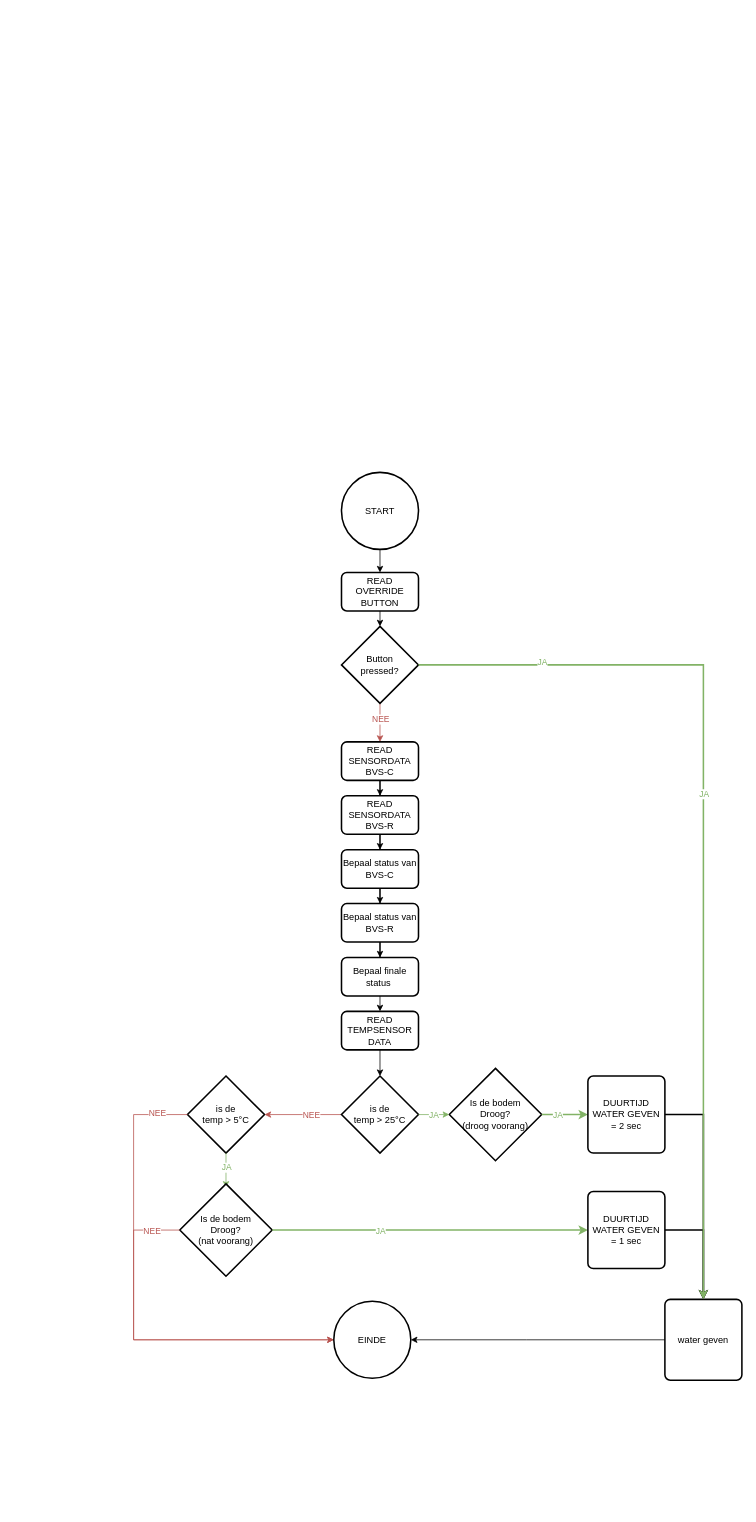
Above: FlowchartPlantbewateringssysteem.drawio in CruZxPog/Plantbewateringssysteem (draw.io), before the change. Source tidied: cells renumbered, new cells numbered last; positions are measured from the earlier drawing's top-left corner, leaving out a move shared by most shapes. Both pictures are drawn from the tidied source at 77%, with x=0, y=0 at pixel (19, 472).
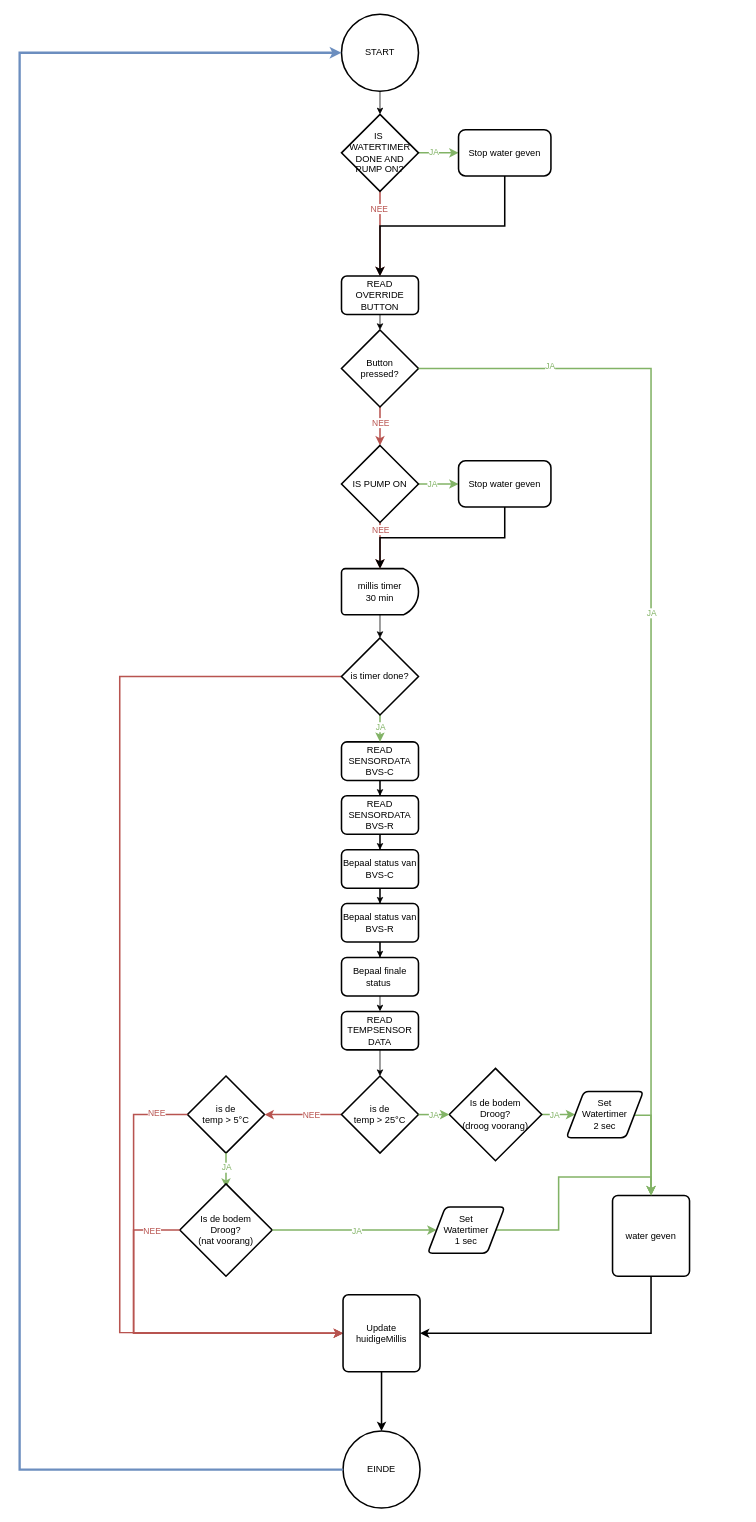
After the change.

The change refers to these unchanged cells:
```xml
<mxCell id="10" value="is de&lt;div&gt;temp &amp;gt; 5°C&lt;/div&gt;" style="strokeWidth=2;html=1;shape=mxgraph.flowchart.decision;whiteSpace=wrap;" parent="1" vertex="1">
  <mxGeometry x="218" y="784" width="100" height="100" as="geometry" />
</mxCell>
<mxCell id="13" value="is de&lt;div&gt;temp &amp;gt; 25°C&lt;/div&gt;" style="strokeWidth=2;html=1;shape=mxgraph.flowchart.decision;whiteSpace=wrap;" parent="1" vertex="1">
  <mxGeometry x="418" y="784" width="100" height="100" as="geometry" />
</mxCell>
<mxCell id="19" value="Is de bodem&lt;div&gt;Droog?&lt;/div&gt;&lt;div&gt;(nat voorang)&lt;/div&gt;" style="strokeWidth=2;html=1;shape=mxgraph.flowchart.decision;whiteSpace=wrap;" parent="1" vertex="1">
  <mxGeometry x="208" y="924" width="120" height="120" as="geometry" />
</mxCell>
<mxCell id="25" style="edgeStyle=orthogonalEdgeStyle;rounded=0;jettySize=auto;html=1;entryX=0.5;entryY=0;entryDx=0;entryDy=0;" parent="1" edge="1" target="27">
  <mxGeometry relative="1" as="geometry">
    <mxPoint x="468" y="370" as="sourcePoint" />
  </mxGeometry>
</mxCell>
<mxCell id="27" value="READ&lt;div&gt;SENSORDATA&lt;/div&gt;&lt;div&gt;BVS-C&lt;/div&gt;" style="rounded=1;whiteSpace=wrap;html=1;absoluteArcSize=1;arcSize=14;strokeWidth=2;" parent="1" vertex="1">
  <mxGeometry x="418" y="350" width="100" height="50" as="geometry" />
</mxCell>
<mxCell id="38" value="Is de bodem&lt;div&gt;Droog?&lt;/div&gt;&lt;div&gt;(droog voorang)&lt;/div&gt;" style="strokeWidth=2;html=1;shape=mxgraph.flowchart.decision;whiteSpace=wrap;" parent="1" vertex="1">
  <mxGeometry x="558" y="774" width="120" height="120" as="geometry" />
</mxCell>
```

Change to the diagram source:
```diff
@@
-    <mxCell id="2" style="edgeStyle=orthogonalEdgeStyle;rounded=0;jettySize=auto;html=1;exitX=0.5;exitY=1;exitDx=0;exitDy=0;exitPerimeter=0;entryX=0.5;entryY=0;entryDx=0;entryDy=0;" parent="1" edge="1" source="3" target="21">
+    <mxCell id="2" style="edgeStyle=orthogonalEdgeStyle;rounded=0;jettySize=auto;html=1;exitX=0.5;exitY=1;exitDx=0;exitDy=0;exitPerimeter=0;entryX=0.5;entryY=0;entryDx=0;entryDy=0;fillColor=#f8cecc;strokeColor=#b85450;strokeWidth=2;" parent="1" edge="1" source="73" target="21">
       <mxGeometry relative="1" as="geometry" />
     </mxCell>
+    <mxCell id="54" value="NEE" style="edgeLabel;html=1;align=center;verticalAlign=middle;fontColor=light-dark(#b85450, #ededed);" parent="2" vertex="1">
+      <mxGeometry x="-0.6" y="-2" relative="1" as="geometry" />
+    </mxCell>
     <mxCell id="3" value="START" style="strokeWidth=2;html=1;shape=mxgraph.flowchart.start_2;whiteSpace=wrap;" parent="1" vertex="1">
-      <mxGeometry x="418" width="100" height="100" as="geometry" />
+      <mxGeometry x="418" y="-595" width="100" height="100" as="geometry" />
     </mxCell>
     <mxCell id="4" value="EINDE" style="strokeWidth=2;html=1;shape=mxgraph.flowchart.start_2;whiteSpace=wrap;" parent="1" vertex="1">
-      <mxGeometry x="408" y="1076.5" width="100" height="100" as="geometry" />
+      <mxGeometry x="420" y="1245" width="100" height="100" as="geometry" />
     </mxCell>
     <mxCell id="5" style="edgeStyle=orthogonalEdgeStyle;rounded=0;orthogonalLoop=1;jettySize=auto;html=1;exitX=0.5;exitY=1;exitDx=0;exitDy=0;entryX=0.5;entryY=0;entryDx=0;entryDy=0;" parent="1" edge="1">
       <mxGeometry relative="1" as="geometry">
-        <mxPoint y="650" as="sourcePoint" />
+        <mxPoint y="510" as="sourcePoint" />
       </mxGeometry>
     </mxCell>
     <mxCell id="6" style="edgeStyle=orthogonalEdgeStyle;rounded=0;orthogonalLoop=1;jettySize=auto;html=1;exitX=0.5;exitY=1;exitDx=0;exitDy=0;entryX=0.5;entryY=0;entryDx=0;entryDy=0;" parent="1" edge="1">
       <mxGeometry relative="1" as="geometry">
-        <mxPoint y="725" as="sourcePoint" />
+        <mxPoint y="585" as="sourcePoint" />
       </mxGeometry>
     </mxCell>
     <mxCell id="7" style="edgeStyle=orthogonalEdgeStyle;rounded=0;orthogonalLoop=1;jettySize=auto;html=1;exitX=0.5;exitY=1;exitDx=0;exitDy=0;entryX=0.5;entryY=0;entryDx=0;entryDy=0;" parent="1" edge="1">
       <mxGeometry relative="1" as="geometry">
-        <mxPoint y="795" as="sourcePoint" />
+        <mxPoint y="655" as="sourcePoint" />
       </mxGeometry>
     </mxCell>
     <mxCell id="8" style="edgeStyle=orthogonalEdgeStyle;rounded=0;orthogonalLoop=1;jettySize=auto;html=1;exitX=1;exitY=0.5;exitDx=0;exitDy=0;entryX=0;entryY=0.5;entryDx=0;entryDy=0;" parent="1" edge="1">
       <mxGeometry relative="1" as="geometry">
-        <mxPoint x="50" y="840" as="sourcePoint" />
+        <mxPoint x="50" y="700" as="sourcePoint" />
       </mxGeometry>
     </mxCell>
@@
-    <mxCell id="11" style="edgeStyle=orthogonalEdgeStyle;rounded=0;jettySize=auto;html=1;fillColor=#f8cecc;strokeColor=#b85450;" parent="1" edge="1" source="13" target="10">
+    <mxCell id="11" style="edgeStyle=orthogonalEdgeStyle;rounded=0;jettySize=auto;html=1;fillColor=#f8cecc;strokeColor=#b85450;strokeWidth=2;" parent="1" edge="1" source="13" target="10">
       <mxGeometry relative="1" as="geometry" />
     </mxCell>
@@
+    <mxCell id="55" style="edgeStyle=orthogonalEdgeStyle;rounded=0;jettySize=auto;html=1;exitX=0.5;exitY=1;exitDx=0;exitDy=0;entryX=1;entryY=0.5;entryDx=0;entryDy=0;strokeWidth=2;" parent="1" edge="1" source="15" target="69">
+      <mxGeometry relative="1" as="geometry" />
+    </mxCell>
     <mxCell id="15" value="water geven" style="rounded=1;whiteSpace=wrap;html=1;absoluteArcSize=1;arcSize=14;strokeWidth=2;" parent="1" vertex="1">
-      <mxGeometry x="838" y="1074" width="100" height="105" as="geometry" />
+      <mxGeometry x="770" y="939" width="100" height="105" as="geometry" />
     </mxCell>
-    <mxCell id="16" style="edgeStyle=orthogonalEdgeStyle;rounded=0;jettySize=auto;html=1;exitX=0.5;exitY=1;exitDx=0;exitDy=0;exitPerimeter=0;entryX=0.5;entryY=0;entryDx=0;entryDy=0;fillColor=#d5e8d4;strokeColor=#82b366;" parent="1" edge="1" source="10">
+    <mxCell id="16" style="edgeStyle=orthogonalEdgeStyle;rounded=0;jettySize=auto;html=1;exitX=0.5;exitY=1;exitDx=0;exitDy=0;exitPerimeter=0;entryX=0.5;entryY=0;entryDx=0;entryDy=0;fillColor=#d5e8d4;strokeColor=#82b366;strokeWidth=2;" parent="1" edge="1" source="10">
       <mxGeometry relative="1" as="geometry">
         <mxPoint x="268" y="929" as="targetPoint" />
         <Array as="points">
           <mxPoint x="268" y="900" />
           <mxPoint x="268" y="900" />
         </Array>
       </mxGeometry>
     </mxCell>
@@
-    <mxCell id="18" style="edgeStyle=orthogonalEdgeStyle;rounded=0;jettySize=auto;html=1;exitX=1;exitY=0.5;exitDx=0;exitDy=0;exitPerimeter=0;strokeWidth=2;entryX=0.5;entryY=0;entryDx=0;entryDy=0;" parent="1" edge="1" source="47" target="15">
-      <mxGeometry relative="1" as="geometry" />
-    </mxCell>
@@
-    <mxCell id="20" style="edgeStyle=orthogonalEdgeStyle;rounded=0;jettySize=auto;html=1;exitX=0;exitY=0.5;exitDx=0;exitDy=0;entryX=1;entryY=0.5;entryDx=0;entryDy=0;entryPerimeter=0;" parent="1" edge="1" source="15" target="4">
-      <mxGeometry relative="1" as="geometry">
-        <Array as="points">
-          <mxPoint x="658" y="1126.5" />
-        </Array>
-      </mxGeometry>
-    </mxCell>
     <mxCell id="21" value="READ&lt;div&gt;OVERRIDE&lt;/div&gt;&lt;div&gt;BUTTON&lt;/div&gt;" style="rounded=1;whiteSpace=wrap;html=1;absoluteArcSize=1;arcSize=14;strokeWidth=2;" parent="1" vertex="1">
-      <mxGeometry x="418" y="130" width="100" height="50" as="geometry" />
+      <mxGeometry x="418" y="-255" width="100" height="50" as="geometry" />
     </mxCell>
     <mxCell id="22" style="edgeStyle=orthogonalEdgeStyle;rounded=0;jettySize=auto;html=1;entryX=0.5;entryY=0;entryDx=0;entryDy=0;" parent="1" edge="1" target="24">
       <mxGeometry relative="1" as="geometry">
-        <mxPoint x="468" y="180" as="sourcePoint" />
+        <mxPoint x="468" y="-205" as="sourcePoint" />
       </mxGeometry>
     </mxCell>
-    <mxCell id="23" style="edgeStyle=orthogonalEdgeStyle;rounded=0;jettySize=auto;html=1;exitX=0.5;exitY=1;exitDx=0;exitDy=0;exitPerimeter=0;entryX=0.5;entryY=0;entryDx=0;entryDy=0;fillColor=#f8cecc;strokeColor=#b85450;" parent="1" edge="1" source="24" target="27">
-      <mxGeometry relative="1" as="geometry" />
+    <mxCell id="23" style="edgeStyle=orthogonalEdgeStyle;rounded=0;orthogonalLoop=1;jettySize=auto;html=1;exitX=0.5;exitY=1;exitDx=0;exitDy=0;exitPerimeter=0;fillColor=#f8cecc;strokeColor=#b85450;strokeWidth=2;" parent="1" edge="1">
+      <mxGeometry relative="1" as="geometry">
+        <mxPoint x="468" y="-105" as="sourcePoint" />
+        <mxPoint x="468" y="-35" as="targetPoint" />
+      </mxGeometry>
     </mxCell>
+    <mxCell id="56" style="edgeStyle=orthogonalEdgeStyle;rounded=0;jettySize=auto;html=1;fillColor=#f8cecc;strokeColor=#b85450;exitX=0;exitY=0.5;exitDx=0;exitDy=0;exitPerimeter=0;entryX=0;entryY=0.5;entryDx=0;entryDy=0;strokeWidth=2;" parent="1" edge="1" source="62" target="69">
+      <mxGeometry relative="1" as="geometry">
+        <Array as="points">
+          <mxPoint x="130" y="265" />
+          <mxPoint x="130" y="1117" />
+        </Array>
+      </mxGeometry>
+    </mxCell>
     <mxCell id="24" value="Button&lt;div&gt;pressed?&lt;/div&gt;" style="strokeWidth=2;html=1;shape=mxgraph.flowchart.decision;whiteSpace=wrap;" parent="1" vertex="1">
-      <mxGeometry x="418" y="200" width="100" height="100" as="geometry" />
+      <mxGeometry x="418" y="-185" width="100" height="100" as="geometry" />
     </mxCell>
@@
     <mxCell id="26" value="NEE" style="edgeLabel;html=1;align=center;verticalAlign=middle;fontColor=light-dark(#b85450, #ededed);" parent="25" vertex="1">
       <mxGeometry x="-0.83" y="3" relative="1" as="geometry">
-        <mxPoint x="3" y="-48" as="offset" />
+        <mxPoint x="3" y="-433" as="offset" />
       </mxGeometry>
     </mxCell>
@@
-    <mxCell id="37" style="edgeStyle=orthogonalEdgeStyle;rounded=0;jettySize=auto;html=1;exitX=1;exitY=0.5;exitDx=0;exitDy=0;exitPerimeter=0;entryX=0.5;entryY=0;entryDx=0;entryDy=0;strokeWidth=2;" parent="1" edge="1" source="50" target="15">
-      <mxGeometry relative="1" as="geometry" />
-    </mxCell>
+    <mxCell id="57" style="edgeStyle=orthogonalEdgeStyle;rounded=0;jettySize=auto;html=1;fillColor=#d5e8d4;strokeColor=#82b366;strokeWidth=2;" parent="1" edge="1" source="38" target="67">
+      <mxGeometry relative="1" as="geometry" />
+    </mxCell>
+    <mxCell id="58" value="JA" style="edgeLabel;html=1;align=center;verticalAlign=middle;fontColor=light-dark(#82b366, #ededed);" parent="57" vertex="1">
+      <mxGeometry x="0.08" relative="1" as="geometry" />
+    </mxCell>
@@
-    <mxCell id="39" style="edgeStyle=orthogonalEdgeStyle;rounded=0;jettySize=auto;html=1;exitX=1;exitY=0.5;exitDx=0;exitDy=0;exitPerimeter=0;entryX=0;entryY=0.5;entryDx=0;entryDy=0;entryPerimeter=0;fontColor=light-dark(#82b366, #ededed);fillColor=#d5e8d4;strokeColor=#82b366;" parent="1" edge="1" source="13" target="38">
+    <mxCell id="39" style="edgeStyle=orthogonalEdgeStyle;rounded=0;jettySize=auto;html=1;exitX=1;exitY=0.5;exitDx=0;exitDy=0;exitPerimeter=0;entryX=0;entryY=0.5;entryDx=0;entryDy=0;entryPerimeter=0;fontColor=light-dark(#82b366, #ededed);fillColor=#d5e8d4;strokeColor=#82b366;strokeWidth=2;" parent="1" edge="1" source="13" target="38">
       <mxGeometry relative="1" as="geometry" />
     </mxCell>
@@
-    <mxCell id="41" style="edgeStyle=orthogonalEdgeStyle;rounded=0;jettySize=auto;html=1;exitX=0;exitY=0.5;exitDx=0;exitDy=0;exitPerimeter=0;entryX=0;entryY=0.5;entryDx=0;entryDy=0;entryPerimeter=0;fillColor=#f8cecc;strokeColor=#b85450;" parent="1" edge="1" source="10" target="4">
+    <mxCell id="41" style="edgeStyle=orthogonalEdgeStyle;rounded=0;jettySize=auto;html=1;exitX=0;exitY=0.5;exitDx=0;exitDy=0;exitPerimeter=0;fillColor=#f8cecc;strokeColor=#b85450;entryX=0;entryY=0.5;entryDx=0;entryDy=0;strokeWidth=2;" parent="1" edge="1" source="10" target="69">
       <mxGeometry relative="1" as="geometry">
         <Array as="points">
           <mxPoint x="148" y="834" />
-          <mxPoint x="148" y="1126" />
+          <mxPoint x="148" y="1118" />
         </Array>
       </mxGeometry>
     </mxCell>
@@
-    <mxCell id="43" style="edgeStyle=orthogonalEdgeStyle;rounded=0;jettySize=auto;html=1;exitX=0;exitY=0.5;exitDx=0;exitDy=0;exitPerimeter=0;entryX=0;entryY=0.5;entryDx=0;entryDy=0;entryPerimeter=0;fillColor=#f8cecc;strokeColor=#b85450;" parent="1" edge="1" source="19" target="4">
+    <mxCell id="43" style="edgeStyle=orthogonalEdgeStyle;rounded=0;jettySize=auto;html=1;exitX=0;exitY=0.5;exitDx=0;exitDy=0;exitPerimeter=0;fillColor=#f8cecc;strokeColor=#b85450;entryX=0;entryY=0.5;entryDx=0;entryDy=0;strokeWidth=2;" parent="1" edge="1" source="19" target="69">
       <mxGeometry relative="1" as="geometry">
         <Array as="points">
           <mxPoint x="148" y="984" />
-          <mxPoint x="148" y="1126" />
+          <mxPoint x="148" y="1118" />
         </Array>
       </mxGeometry>
     </mxCell>
@@
-    <mxCell id="45" style="edgeStyle=orthogonalEdgeStyle;rounded=0;jettySize=auto;html=1;exitX=1;exitY=0.5;exitDx=0;exitDy=0;exitPerimeter=0;fillColor=#d5e8d4;strokeColor=#82b366;strokeWidth=2;entryX=0;entryY=0.5;entryDx=0;entryDy=0;" parent="1" edge="1" source="19" target="47">
-      <mxGeometry relative="1" as="geometry" />
+    <mxCell id="45" style="edgeStyle=orthogonalEdgeStyle;rounded=0;jettySize=auto;html=1;exitX=1;exitY=0.5;exitDx=0;exitDy=0;fillColor=#d5e8d4;strokeColor=#82b366;strokeWidth=2;entryX=0.5;entryY=0;entryDx=0;entryDy=0;" parent="1" edge="1" source="66" target="15">
+      <mxGeometry relative="1" as="geometry">
+        <Array as="points">
+          <mxPoint x="700" y="984" />
+          <mxPoint x="700" y="915" />
+          <mxPoint x="820" y="915" />
+        </Array>
+      </mxGeometry>
     </mxCell>
-    <mxCell id="46" value="JA" style="edgeLabel;html=1;align=center;verticalAlign=middle;fontColor=light-dark(#82b366, #ededed);" parent="45" vertex="1">
-      <mxGeometry x="-0.69" y="4" relative="1" as="geometry">
-        <mxPoint x="76" y="4" as="offset" />
-      </mxGeometry>
-    </mxCell>
-    <mxCell id="47" value="DUURTIJD WATER GEVEN&lt;div&gt;= 1 sec&lt;/div&gt;" style="rounded=1;whiteSpace=wrap;html=1;absoluteArcSize=1;arcSize=14;strokeWidth=2;" parent="1" vertex="1">
-      <mxGeometry x="738" y="934" width="100" height="100" as="geometry" />
-    </mxCell>
-    <mxCell id="48" style="edgeStyle=orthogonalEdgeStyle;rounded=0;jettySize=auto;html=1;exitX=1;exitY=0.5;exitDx=0;exitDy=0;exitPerimeter=0;entryX=0;entryY=0.5;entryDx=0;entryDy=0;fillColor=#d5e8d4;strokeColor=#82b366;strokeWidth=2;" parent="1" edge="1" source="38" target="50">
-      <mxGeometry relative="1" as="geometry" />
+    <mxCell id="48" style="edgeStyle=orthogonalEdgeStyle;rounded=0;jettySize=auto;html=1;exitX=1;exitY=0.5;exitDx=0;exitDy=0;entryX=0.5;entryY=0;entryDx=0;entryDy=0;fillColor=#d5e8d4;strokeColor=#82b366;strokeWidth=2;" parent="1" edge="1" source="67" target="15">
+      <mxGeometry relative="1" as="geometry">
+        <Array as="points">
+          <mxPoint x="820" y="835" />
+        </Array>
+      </mxGeometry>
     </mxCell>
-    <mxCell id="49" value="JA" style="edgeLabel;html=1;align=center;verticalAlign=middle;fontColor=light-dark(#82b366, #ededed);" parent="48" vertex="1">
-      <mxGeometry x="-0.86" y="2" relative="1" as="geometry">
-        <mxPoint x="16" y="2" as="offset" />
-      </mxGeometry>
-    </mxCell>
-    <mxCell id="50" value="DUURTIJD WATER GEVEN&lt;div&gt;= 2 sec&lt;/div&gt;" style="rounded=1;whiteSpace=wrap;html=1;absoluteArcSize=1;arcSize=14;strokeWidth=2;" parent="1" vertex="1">
-      <mxGeometry x="738" y="784" width="100" height="100" as="geometry" />
-    </mxCell>
@@
+    <mxCell id="59" value="millis timer&lt;div&gt;30 min&lt;/div&gt;" style="strokeWidth=2;html=1;shape=mxgraph.flowchart.delay;whiteSpace=wrap;" parent="1" vertex="1">
+      <mxGeometry x="418" y="125" width="100" height="60" as="geometry" />
+    </mxCell>
+    <mxCell id="60" style="edgeStyle=orthogonalEdgeStyle;rounded=0;jettySize=auto;html=1;exitX=0.5;exitY=1;exitDx=0;exitDy=0;exitPerimeter=0;entryX=0.5;entryY=0;entryDx=0;entryDy=0;fillColor=#d5e8d4;strokeColor=#82b366;strokeWidth=2;" parent="1" edge="1" source="62" target="27">
+      <mxGeometry relative="1" as="geometry" />
+    </mxCell>
+    <mxCell id="61" value="JA" style="edgeLabel;html=1;align=center;verticalAlign=middle;fontColor=light-dark(#82b366, #ededed);" parent="60" vertex="1">
+      <mxGeometry x="-0.16" relative="1" as="geometry" />
+    </mxCell>
+    <mxCell id="62" value="is timer done?" style="strokeWidth=2;html=1;shape=mxgraph.flowchart.decision;whiteSpace=wrap;" parent="1" vertex="1">
+      <mxGeometry x="418" y="215" width="100" height="100" as="geometry" />
+    </mxCell>
+    <mxCell id="63" style="edgeStyle=orthogonalEdgeStyle;rounded=0;jettySize=auto;html=1;exitX=0.5;exitY=1;exitDx=0;exitDy=0;exitPerimeter=0;entryX=0.5;entryY=0;entryDx=0;entryDy=0;entryPerimeter=0;" parent="1" edge="1" source="59" target="62">
+      <mxGeometry relative="1" as="geometry" />
+    </mxCell>
+    <mxCell id="64" style="edgeStyle=orthogonalEdgeStyle;rounded=0;jettySize=auto;html=1;exitX=1;exitY=0.5;exitDx=0;exitDy=0;exitPerimeter=0;fillColor=#d5e8d4;strokeColor=#82b366;strokeWidth=2;entryX=0;entryY=0.5;entryDx=0;entryDy=0;" parent="1" edge="1" source="19" target="66">
+      <mxGeometry relative="1" as="geometry" />
+    </mxCell>
+    <mxCell id="65" value="JA" style="edgeLabel;html=1;align=center;verticalAlign=middle;fontColor=light-dark(#82b366, #ededed);" parent="64" vertex="1">
+      <mxGeometry x="-0.69" y="4" relative="1" as="geometry">
+        <mxPoint x="76" y="4" as="offset" />
+      </mxGeometry>
+    </mxCell>
+    <mxCell id="66" value="Set&lt;div&gt;Watertimer&lt;/div&gt;&lt;div&gt;1 sec&lt;/div&gt;" style="shape=parallelogram;html=1;strokeWidth=2;perimeter=parallelogramPerimeter;whiteSpace=wrap;rounded=1;arcSize=12;size=0.23;" parent="1" vertex="1">
+      <mxGeometry x="530" y="954" width="100" height="60" as="geometry" />
+    </mxCell>
+    <mxCell id="67" value="Set&lt;div&gt;Watertimer&lt;/div&gt;&lt;div&gt;2 sec&lt;/div&gt;" style="shape=parallelogram;html=1;strokeWidth=2;perimeter=parallelogramPerimeter;whiteSpace=wrap;rounded=1;arcSize=12;size=0.23;" parent="1" vertex="1">
+      <mxGeometry x="710" y="804" width="100" height="60" as="geometry" />
+    </mxCell>
+    <mxCell id="68" style="edgeStyle=orthogonalEdgeStyle;rounded=0;jettySize=auto;html=1;strokeWidth=2;" parent="1" edge="1" source="69" target="4">
+      <mxGeometry relative="1" as="geometry" />
+    </mxCell>
+    <mxCell id="69" value="Update&lt;div&gt;huidigeMillis&lt;/div&gt;" style="rounded=1;whiteSpace=wrap;html=1;absoluteArcSize=1;arcSize=14;strokeWidth=2;" parent="1" vertex="1">
+      <mxGeometry x="420" y="1068" width="100" height="100" as="geometry" />
+    </mxCell>
+    <mxCell id="70" style="edgeStyle=orthogonalEdgeStyle;rounded=0;jettySize=auto;html=1;exitX=0.5;exitY=1;exitDx=0;exitDy=0;exitPerimeter=0;entryX=0.5;entryY=0;entryDx=0;entryDy=0;" parent="1" edge="1" source="3" target="73">
+      <mxGeometry relative="1" as="geometry" />
+    </mxCell>
+    <mxCell id="71" style="edgeStyle=orthogonalEdgeStyle;rounded=0;jettySize=auto;html=1;fillColor=#d5e8d4;strokeColor=#82b366;strokeWidth=2;" parent="1" edge="1" source="73" target="75">
+      <mxGeometry relative="1" as="geometry" />
+    </mxCell>
+    <mxCell id="72" value="JA" style="edgeLabel;html=1;align=center;verticalAlign=middle;fontColor=light-dark(#82b366, #ededed);" parent="71" vertex="1">
+      <mxGeometry x="-0.26" y="2" relative="1" as="geometry" />
+    </mxCell>
+    <mxCell id="73" value="IS&amp;nbsp;&lt;div&gt;WATERTIMER&lt;/div&gt;&lt;div&gt;DONE AND PUMP ON?&lt;/div&gt;" style="strokeWidth=2;html=1;shape=mxgraph.flowchart.decision;whiteSpace=wrap;" parent="1" vertex="1">
+      <mxGeometry x="418" y="-465" width="100" height="100" as="geometry" />
+    </mxCell>
+    <mxCell id="74" style="edgeStyle=orthogonalEdgeStyle;rounded=0;jettySize=auto;html=1;exitX=0.5;exitY=1;exitDx=0;exitDy=0;entryX=0.5;entryY=0;entryDx=0;entryDy=0;strokeWidth=2;" parent="1" edge="1" source="75" target="21">
+      <mxGeometry relative="1" as="geometry" />
+    </mxCell>
+    <mxCell id="75" value="Stop water geven" style="rounded=1;whiteSpace=wrap;html=1;strokeWidth=2;" parent="1" vertex="1">
+      <mxGeometry x="570" y="-445" width="120" height="60" as="geometry" />
+    </mxCell>
+    <mxCell id="76" style="edgeStyle=orthogonalEdgeStyle;rounded=0;jettySize=auto;html=1;entryX=0;entryY=0.5;entryDx=0;entryDy=0;entryPerimeter=0;fillColor=#dae8fc;strokeColor=#6c8ebf;strokeWidth=3;exitX=0;exitY=0.5;exitDx=0;exitDy=0;exitPerimeter=0;" parent="1" edge="1" source="4" target="3">
+      <mxGeometry relative="1" as="geometry">
+        <Array as="points">
+          <mxPoint y="1295" />
+          <mxPoint y="-545" />
+        </Array>
+      </mxGeometry>
+    </mxCell>
+    <mxCell id="77" style="edgeStyle=orthogonalEdgeStyle;rounded=0;jettySize=auto;html=1;fillColor=#d5e8d4;strokeColor=#82b366;strokeWidth=2;" parent="1" edge="1" source="81" target="83">
+      <mxGeometry relative="1" as="geometry" />
+    </mxCell>
+    <mxCell id="78" value="JA" style="edgeLabel;html=1;align=center;verticalAlign=middle;fontColor=light-dark(#82b366, #ededed);" parent="77" vertex="1">
+      <mxGeometry x="-0.33" relative="1" as="geometry" />
+    </mxCell>
+    <mxCell id="79" style="edgeStyle=orthogonalEdgeStyle;rounded=0;jettySize=auto;html=1;fillColor=#f8cecc;strokeColor=#b85450;strokeWidth=2;" parent="1" edge="1" source="81" target="59">
+      <mxGeometry relative="1" as="geometry" />
+    </mxCell>
+    <mxCell id="80" value="NEE" style="edgeLabel;html=1;align=center;verticalAlign=middle;fontColor=light-dark(#b85450, #ededed);" parent="79" vertex="1">
+      <mxGeometry x="-0.7" relative="1" as="geometry" />
+    </mxCell>
+    <mxCell id="81" value="IS PUMP ON" style="strokeWidth=2;html=1;shape=mxgraph.flowchart.decision;whiteSpace=wrap;" parent="1" vertex="1">
+      <mxGeometry x="418" y="-35" width="100" height="100" as="geometry" />
+    </mxCell>
+    <mxCell id="82" style="edgeStyle=orthogonalEdgeStyle;rounded=0;jettySize=auto;html=1;exitX=0.5;exitY=1;exitDx=0;exitDy=0;strokeWidth=2;" parent="1" edge="1" source="83" target="59">
+      <mxGeometry relative="1" as="geometry" />
+    </mxCell>
+    <mxCell id="83" value="Stop water geven" style="rounded=1;whiteSpace=wrap;html=1;strokeWidth=2;" parent="1" vertex="1">
+      <mxGeometry x="570" y="-15" width="120" height="60" as="geometry" />
+    </mxCell>
```
